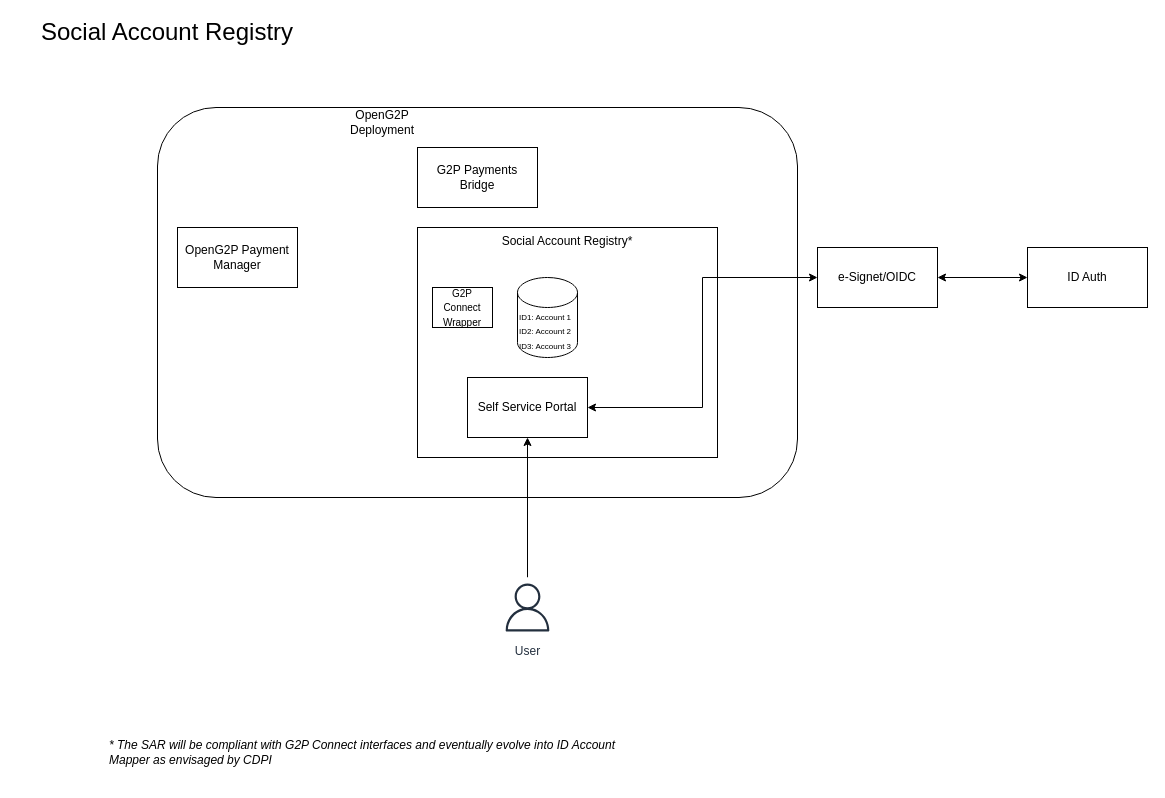
Above: .gitbook/assets/social-account-registry.drawio in OpenG2P/openg2p-documentation (draw.io), before the change. Source tidied: cells renumbered, new cells numbered last; positions are measured from the earlier drawing's top-left corner, leaving out a move shared by most shapes. Both pictures are drawn from the tidied source at 100%, with x=0, y=0 at pixel (17, 17).
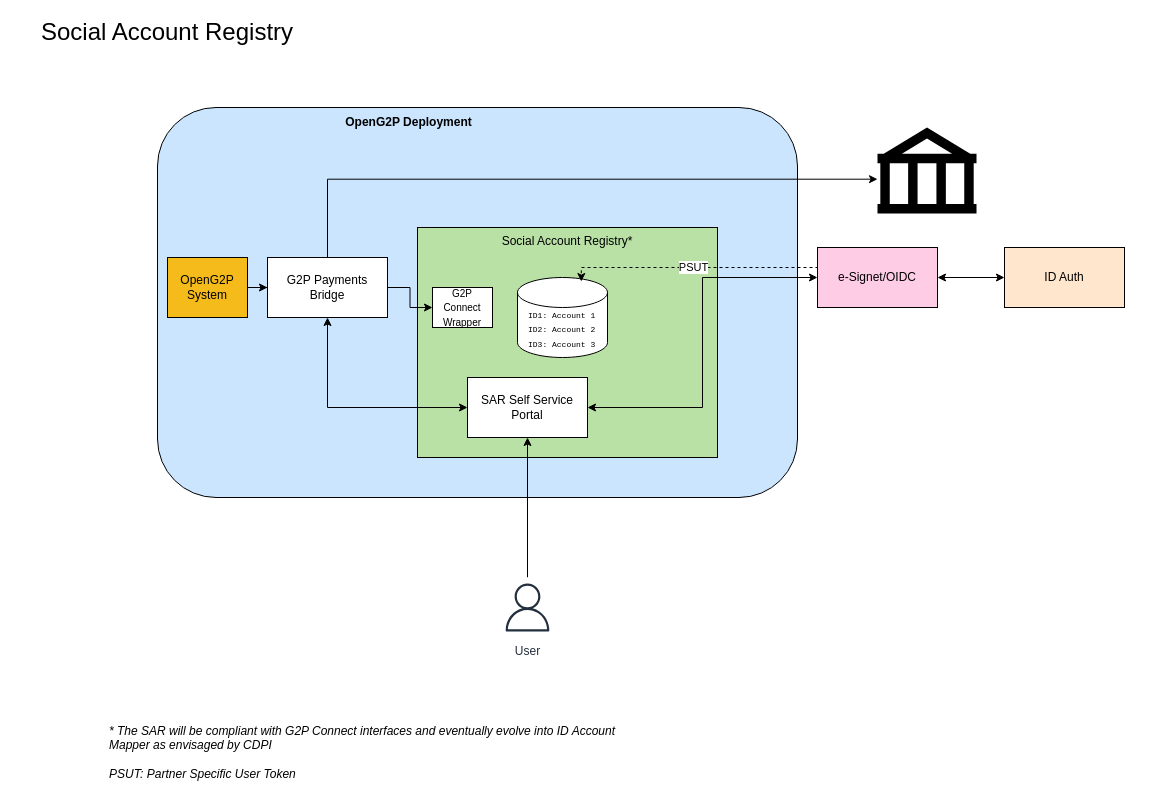
After the change.

The change refers to these unchanged cells:
```xml
<mxCell id="11" value="&lt;font style=&quot;font-size: 10px;&quot;&gt;G2P Connect Wrapper&lt;/font&gt;" style="rounded=0;whiteSpace=wrap;html=1;" parent="1" vertex="1">
  <mxGeometry x="415" y="270" width="60" height="40" as="geometry" />
</mxCell>
```

The edit, as a diff of the source:
```diff
@@
+    <mxCell id="3" style="rounded=1;whiteSpace=wrap;html=1;align=left;fillColor=#CCE5FF;" parent="1" vertex="1">
+      <mxGeometry x="140" y="90" width="640" height="390" as="geometry" />
+    </mxCell>
+    <mxCell id="7" value="Social Account Registry*" style="rounded=0;whiteSpace=wrap;html=1;verticalAlign=top;fillColor=#B9E0A5;" parent="1" vertex="1">
+      <mxGeometry x="400" y="210" width="300" height="230" as="geometry" />
+    </mxCell>
@@
-    <mxCell id="3" style="rounded=1;whiteSpace=wrap;html=1;align=left;fillColor=none;" parent="1" vertex="1">
-      <mxGeometry x="140" y="90" width="640" height="390" as="geometry" />
-    </mxCell>
-    <mxCell id="4" value="OpenG2P Deployment" style="text;html=1;strokeColor=none;fillColor=none;align=center;verticalAlign=middle;whiteSpace=wrap;rounded=0;" parent="1" vertex="1">
-      <mxGeometry x="315" y="90" width="100" height="30" as="geometry" />
+    <mxCell id="4" value="&lt;b&gt;OpenG2P Deployment&lt;/b&gt;" style="text;html=1;strokeColor=none;fillColor=none;align=center;verticalAlign=middle;whiteSpace=wrap;rounded=0;" parent="1" vertex="1">
+      <mxGeometry x="324" y="90" width="135" height="30" as="geometry" />
     </mxCell>
+    <mxCell id="19" style="edgeStyle=orthogonalEdgeStyle;rounded=0;jettySize=auto;html=1;" parent="1" edge="1" source="5" target="6">
+      <mxGeometry relative="1" as="geometry" />
+    </mxCell>
-    <mxCell id="5" value="OpenG2P Payment Manager" style="rounded=0;whiteSpace=wrap;html=1;" parent="1" vertex="1">
-      <mxGeometry x="160" y="210" width="120" height="60" as="geometry" />
+    <mxCell id="5" value="OpenG2P System" style="rounded=0;whiteSpace=wrap;html=1;fillColor=#f5bb1a;" parent="1" vertex="1">
+      <mxGeometry x="150" y="240" width="80" height="60" as="geometry" />
     </mxCell>
+    <mxCell id="20" style="edgeStyle=orthogonalEdgeStyle;rounded=0;jettySize=auto;html=1;exitX=1;exitY=0.5;exitDx=0;exitDy=0;entryX=0;entryY=0.5;entryDx=0;entryDy=0;" parent="1" edge="1" source="6" target="11">
+      <mxGeometry relative="1" as="geometry" />
+    </mxCell>
+    <mxCell id="21" style="edgeStyle=orthogonalEdgeStyle;rounded=0;orthogonalLoop=1;jettySize=auto;html=1;entryX=0;entryY=0.31;entryDx=0;entryDy=0;entryPerimeter=0;" parent="1" edge="1">
+      <mxGeometry relative="1" as="geometry">
+        <mxPoint x="310" y="265" as="sourcePoint" />
+        <mxPoint x="860" y="161.7" as="targetPoint" />
+        <Array as="points">
+          <mxPoint x="310" y="162" />
+        </Array>
+      </mxGeometry>
+    </mxCell>
     <mxCell id="6" value="G2P Payments Bridge" style="rounded=0;whiteSpace=wrap;html=1;" parent="1" vertex="1">
-      <mxGeometry x="400" y="130" width="120" height="60" as="geometry" />
+      <mxGeometry x="250" y="240" width="120" height="60" as="geometry" />
     </mxCell>
-    <mxCell id="7" value="Social Account Registry*" style="rounded=0;whiteSpace=wrap;html=1;verticalAlign=top;" parent="1" vertex="1">
-      <mxGeometry x="400" y="210" width="300" height="230" as="geometry" />
-    </mxCell>
-    <mxCell id="8" value="&lt;i&gt;* The SAR will be compliant with G2P Connect interfaces and eventually evolve into ID Account Mapper as envisaged by CDPI&amp;nbsp;&lt;/i&gt;" style="text;html=1;strokeColor=none;fillColor=none;align=left;verticalAlign=middle;whiteSpace=wrap;rounded=0;" parent="1" vertex="1">
+    <mxCell id="8" value="&lt;i&gt;* The SAR will be compliant with G2P Connect interfaces and eventually evolve into ID Account Mapper as envisaged by CDPI&amp;nbsp;&lt;br&gt;&lt;br&gt;PSUT: Partner Specific User Token&lt;br&gt;&lt;/i&gt;" style="text;html=1;strokeColor=none;fillColor=none;align=left;verticalAlign=middle;whiteSpace=wrap;rounded=0;" parent="1" vertex="1">
       <mxGeometry x="90" y="720" width="540" height="30" as="geometry" />
     </mxCell>
     <mxCell id="9" style="shape=cylinder3;whiteSpace=wrap;html=1;boundedLbl=1;backgroundOutline=1;size=15;" parent="1" vertex="1">
-      <mxGeometry x="500" y="260" width="60" height="80" as="geometry" />
+      <mxGeometry x="500" y="260" width="90" height="80" as="geometry" />
     </mxCell>
-    <mxCell id="10" value="&lt;font style=&quot;font-size: 8px;&quot;&gt;ID1: Account 1&lt;br&gt;ID2: Account 2&lt;br&gt;ID3: Account 3&lt;br&gt;&amp;nbsp;&lt;/font&gt;" style="text;html=1;strokeColor=none;fillColor=none;align=left;verticalAlign=middle;whiteSpace=wrap;rounded=0;" parent="1" vertex="1">
-      <mxGeometry x="500" y="305" width="60" height="30" as="geometry" />
+    <mxCell id="10" value="&lt;font face=&quot;Courier New&quot; style=&quot;font-size: 8px;&quot;&gt;ID1: Account 1&lt;br&gt;ID2: Account 2&lt;br&gt;ID3: Account 3&lt;br&gt;&amp;nbsp;&lt;/font&gt;" style="text;html=1;strokeColor=none;fillColor=none;align=left;verticalAlign=middle;whiteSpace=wrap;rounded=0;" parent="1" vertex="1">
+      <mxGeometry x="509" y="303" width="80" height="30" as="geometry" />
     </mxCell>
@@
+    <mxCell id="22" style="edgeStyle=orthogonalEdgeStyle;rounded=0;jettySize=auto;html=1;entryX=0.5;entryY=1;entryDx=0;entryDy=0;startArrow=classic;startFill=1;" parent="1" edge="1" source="13" target="6">
+      <mxGeometry relative="1" as="geometry" />
+    </mxCell>
-    <mxCell id="13" value="Self Service Portal" style="rounded=0;whiteSpace=wrap;html=1;" parent="1" vertex="1">
+    <mxCell id="13" value="SAR Self Service Portal" style="rounded=0;whiteSpace=wrap;html=1;" parent="1" vertex="1">
       <mxGeometry x="450" y="360" width="120" height="60" as="geometry" />
     </mxCell>
@@
+    <mxCell id="23" style="edgeStyle=orthogonalEdgeStyle;rounded=0;orthogonalLoop=1;jettySize=auto;html=1;exitX=0;exitY=0.25;exitDx=0;exitDy=0;entryX=0.709;entryY=0;entryDx=0;entryDy=0;entryPerimeter=0;dashed=1;" parent="1" edge="1">
+      <mxGeometry relative="1" as="geometry">
+        <mxPoint x="800" y="249" as="sourcePoint" />
+        <mxPoint x="563.8" y="264" as="targetPoint" />
+        <Array as="points">
+          <mxPoint x="800" y="250" />
+          <mxPoint x="564" y="250" />
+        </Array>
+      </mxGeometry>
+    </mxCell>
+    <mxCell id="24" value="PSUT" style="edgeLabel;html=1;align=center;verticalAlign=middle;" parent="23" vertex="1">
+      <mxGeometry y="-1" relative="1" as="geometry" />
+    </mxCell>
-    <mxCell id="15" value="e-Signet/OIDC" style="rounded=0;whiteSpace=wrap;html=1;" parent="1" vertex="1">
+    <mxCell id="15" value="e-Signet/OIDC" style="rounded=0;whiteSpace=wrap;html=1;fillColor=#FFCCE6;" parent="1" vertex="1">
       <mxGeometry x="800" y="230" width="120" height="60" as="geometry" />
     </mxCell>
-    <mxCell id="16" value="ID Auth" style="rounded=0;whiteSpace=wrap;html=1;" parent="1" vertex="1">
-      <mxGeometry x="1010" y="230" width="120" height="60" as="geometry" />
+    <mxCell id="16" value="ID Auth" style="rounded=0;whiteSpace=wrap;html=1;fillColor=#FFE6CC;" parent="1" vertex="1">
+      <mxGeometry x="987" y="230" width="120" height="60" as="geometry" />
     </mxCell>
@@
+    <mxCell id="25" style="shape=mxgraph.signs.travel.bank;html=1;fillColor=#000000;strokeColor=none;verticalLabelPosition=bottom;verticalAlign=top;align=center;" parent="1" vertex="1">
+      <mxGeometry x="860" y="110" width="99" height="86" as="geometry" />
+    </mxCell>
```
